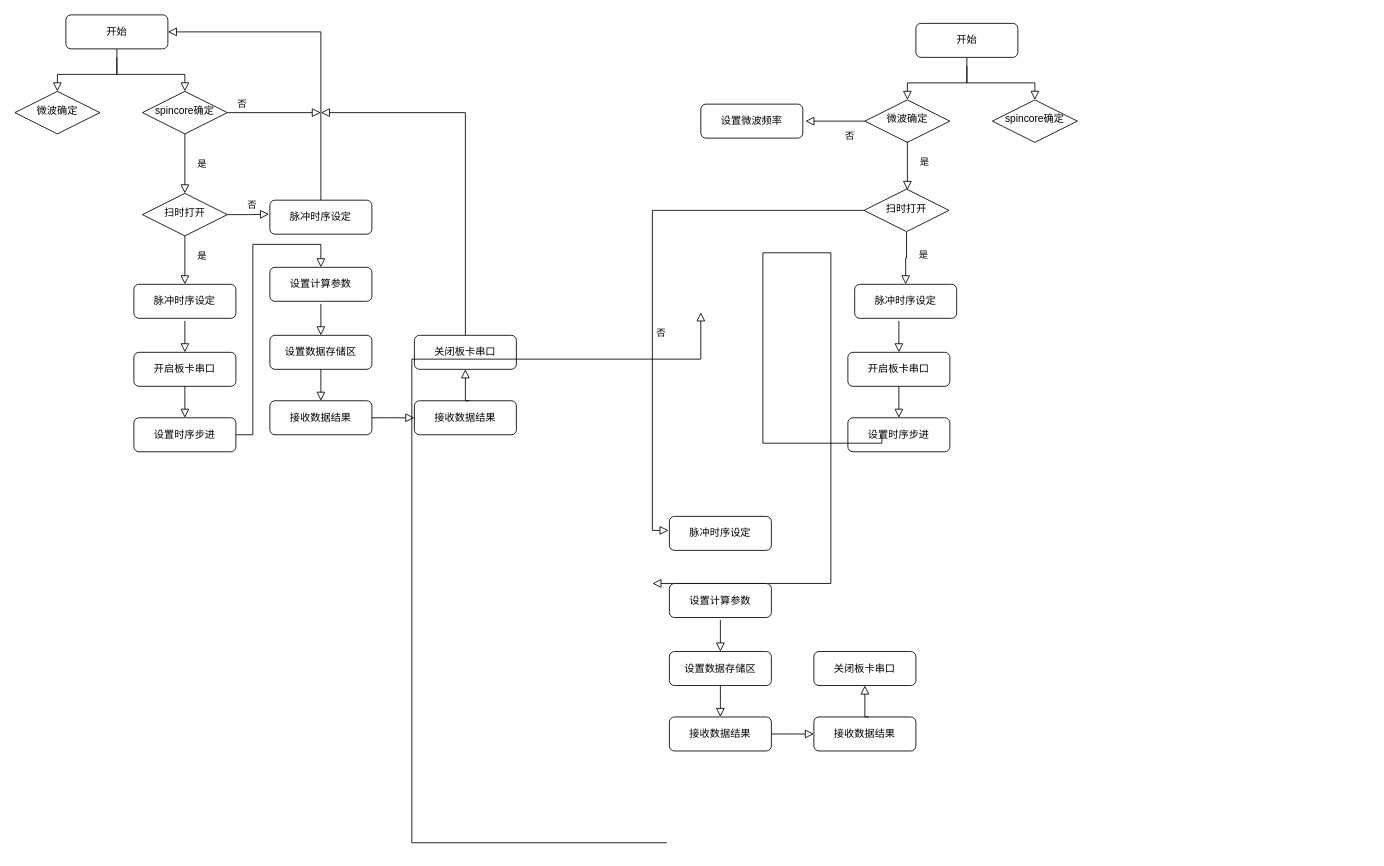
Engle-Yang/chatgpt-on-wec keeps this draw.io diagram as 扫时扫频.drawio. Above is the earlier version. Source tidied: cells renumbered, new cells numbered last; positions are measured from the earlier drawing's top-left corner, leaving out a move shared by most shapes. Both pictures are drawn from the tidied source at 85%, with x=0, y=0 at pixel (14, 14).
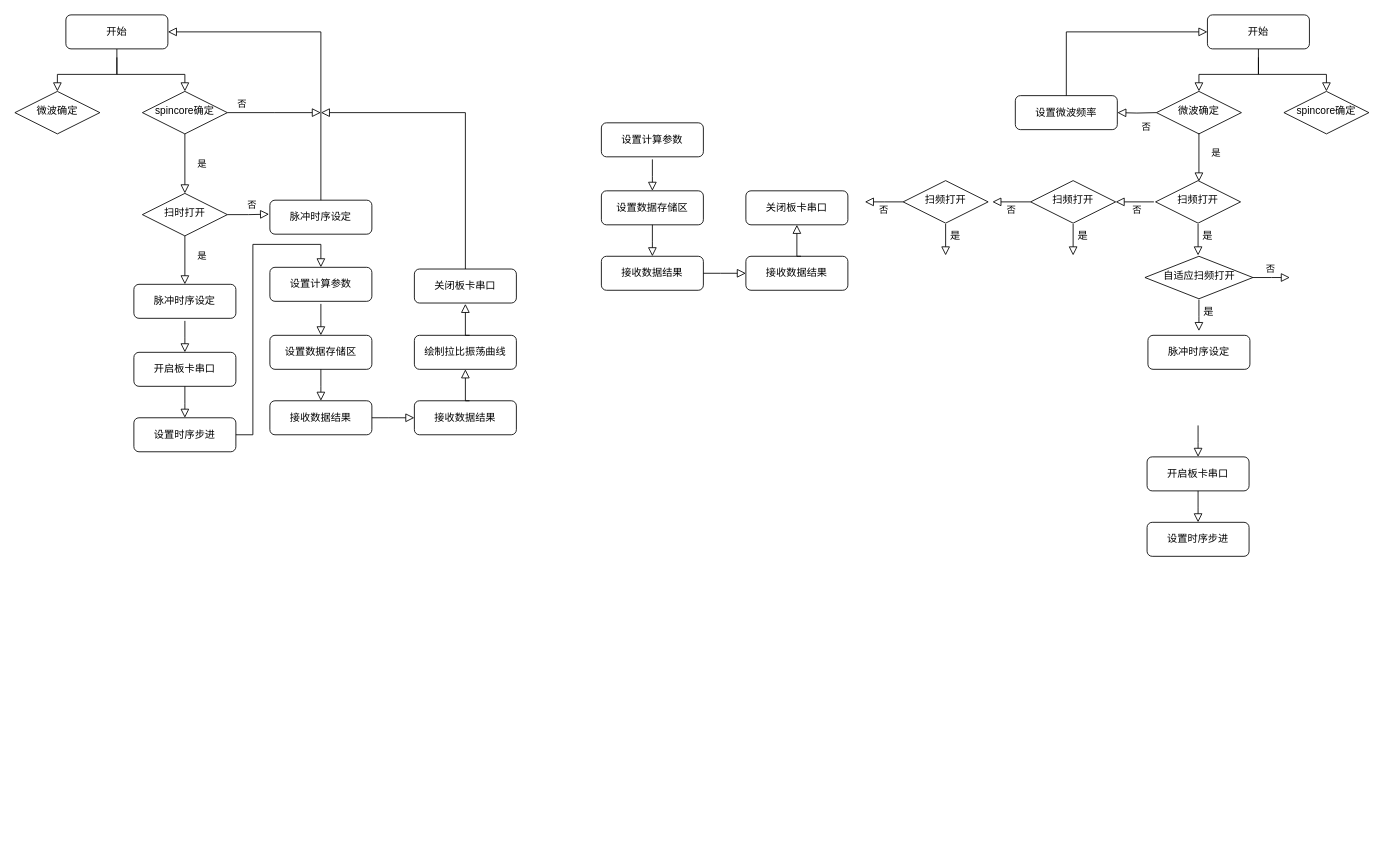
After the change.

Commit message (it also covers changes not shown here):
更新扫时扫频.drawio

Change to the diagram source:
```diff
@@
-    <mxCell id="26" value="关闭板卡串口" style="rounded=1;whiteSpace=wrap;html=1;fontSize=12;glass=0;strokeWidth=1;shadow=0;" parent="1" vertex="1">
+    <mxCell id="26" value="绘制拉比振荡曲线" style="rounded=1;whiteSpace=wrap;html=1;fontSize=12;glass=0;strokeWidth=1;shadow=0;" parent="1" vertex="1">
       <mxGeometry x="470" y="377" width="120" height="40" as="geometry" />
     </mxCell>
@@
-    <mxCell id="29" style="rounded=0;html=1;jettySize=auto;fontSize=11;endArrow=block;endFill=0;endSize=8;strokeWidth=1;shadow=0;labelBackgroundColor=none;edgeStyle=orthogonalEdgeStyle;exitX=0.5;exitY=0;exitDx=0;exitDy=0;" parent="1" edge="1" source="26">
+    <mxCell id="29" style="rounded=0;html=1;jettySize=auto;fontSize=11;endArrow=block;endFill=0;endSize=8;strokeWidth=1;shadow=0;labelBackgroundColor=none;edgeStyle=orthogonalEdgeStyle;exitX=0.5;exitY=0;exitDx=0;exitDy=0;" parent="1" edge="1" source="73">
       <mxGeometry relative="1" as="geometry">
         <mxPoint x="360" y="115" as="targetPoint" />
         <Array as="points">
           <mxPoint x="530" y="115" />
         </Array>
       </mxGeometry>
     </mxCell>
     <mxCell id="30" style="rounded=0;html=1;jettySize=auto;fontSize=11;endArrow=block;endFill=0;endSize=8;strokeWidth=1;shadow=0;labelBackgroundColor=none;edgeStyle=orthogonalEdgeStyle;" parent="1" edge="1" source="31" target="33">
       <mxGeometry relative="1" as="geometry">
         <Array as="points">
-          <mxPoint x="1120" y="80" />
-          <mxPoint x="1200" y="80" />
+          <mxPoint x="1463" y="70" />
+          <mxPoint x="1543" y="70" />
         </Array>
       </mxGeometry>
     </mxCell>
     <mxCell id="31" value="开始" style="rounded=1;whiteSpace=wrap;html=1;fontSize=12;glass=0;strokeWidth=1;shadow=0;" parent="1" vertex="1">
-      <mxGeometry x="1060" y="10" width="120" height="40" as="geometry" />
+      <mxGeometry x="1403" width="120" height="40" as="geometry" />
     </mxCell>
-    <mxCell id="32" value="否" style="edgeStyle=orthogonalEdgeStyle;rounded=0;html=1;jettySize=auto;orthogonalLoop=1;fontSize=11;endArrow=block;endFill=0;endSize=8;strokeWidth=1;shadow=0;labelBackgroundColor=none;exitX=0;exitY=0.46;exitDx=0;exitDy=0;exitPerimeter=0;" parent="1" edge="1">
+    <mxCell id="32" value="否" style="edgeStyle=orthogonalEdgeStyle;rounded=0;html=1;jettySize=auto;fontSize=11;endArrow=block;endFill=0;endSize=8;strokeWidth=1;shadow=0;labelBackgroundColor=none;exitX=0;exitY=0.46;exitDx=0;exitDy=0;exitPerimeter=0;entryX=1;entryY=0.5;entryDx=0;entryDy=0;" parent="1" edge="1" target="57">
       <mxGeometry x="-0.48" y="17" relative="1" as="geometry">
-        <mxPoint x="1000" y="125" as="sourcePoint" />
-        <mxPoint x="930" y="125" as="targetPoint" />
-        <Array as="points">
-          <mxPoint x="1000" y="125" />
-          <mxPoint x="1000" y="125" />
-        </Array>
+        <mxPoint x="1343" y="115" as="sourcePoint" />
       </mxGeometry>
     </mxCell>
     <mxCell id="33" value="spincore确定" style="rhombus;whiteSpace=wrap;html=1;shadow=0;fontFamily=Helvetica;fontSize=12;align=center;strokeWidth=1;spacing=6;spacingTop=-4;" parent="1" vertex="1">
-      <mxGeometry x="1150" y="100" width="100" height="50" as="geometry" />
+      <mxGeometry x="1493" y="90" width="100" height="50" as="geometry" />
     </mxCell>
-    <mxCell id="34" value="脉冲时序设定" style="rounded=1;whiteSpace=wrap;html=1;fontSize=12;glass=0;strokeWidth=1;shadow=0;" parent="1" vertex="1">
-      <mxGeometry x="770" y="590" width="120" height="40" as="geometry" />
-    </mxCell>
-    <mxCell id="35" value="是" style="rounded=0;html=1;jettySize=auto;fontSize=11;endArrow=block;endFill=0;endSize=8;strokeWidth=1;shadow=0;labelBackgroundColor=none;edgeStyle=orthogonalEdgeStyle;" parent="1" edge="1" source="37" target="38">
-      <mxGeometry x="-0.15" y="20" relative="1" as="geometry" />
-    </mxCell>
-    <mxCell id="36" value="否" style="edgeStyle=orthogonalEdgeStyle;rounded=0;html=1;jettySize=auto;fontSize=11;endArrow=block;endFill=0;endSize=8;strokeWidth=1;shadow=0;labelBackgroundColor=none;entryX=-0.008;entryY=0.412;entryDx=0;entryDy=0;entryPerimeter=0;" parent="1" edge="1" source="37" target="34">
-      <mxGeometry x="0.22" y="10" relative="1" as="geometry" />
+    <mxCell id="36" value="否" style="edgeStyle=orthogonalEdgeStyle;rounded=0;html=1;jettySize=auto;orthogonalLoop=1;fontSize=11;endArrow=block;endFill=0;endSize=8;strokeWidth=1;shadow=0;labelBackgroundColor=none;entryX=1;entryY=0.5;entryDx=0;entryDy=0;" parent="1" edge="1">
+      <mxGeometry x="-0.11" y="10" relative="1" as="geometry">
+        <mxPoint x="1340" y="220" as="sourcePoint" />
+        <mxPoint x="1295" y="220" as="targetPoint" />
+      </mxGeometry>
     </mxCell>
-    <mxCell id="37" value="扫时打开" style="rhombus;whiteSpace=wrap;html=1;shadow=0;fontFamily=Helvetica;fontSize=12;align=center;strokeWidth=1;spacing=6;spacingTop=-4;" parent="1" vertex="1">
-      <mxGeometry x="999" y="205" width="100" height="50" as="geometry" />
+    <mxCell id="37" value="扫频打开" style="rhombus;whiteSpace=wrap;html=1;shadow=0;fontFamily=Helvetica;fontSize=12;align=center;strokeWidth=1;spacing=6;spacingTop=-4;" parent="1" vertex="1">
+      <mxGeometry x="1342" y="195" width="100" height="50" as="geometry" />
     </mxCell>
     <mxCell id="38" value="脉冲时序设定" style="rounded=1;whiteSpace=wrap;html=1;fontSize=12;glass=0;strokeWidth=1;shadow=0;" parent="1" vertex="1">
-      <mxGeometry x="988" y="317" width="120" height="40" as="geometry" />
+      <mxGeometry x="1333" y="377" width="120" height="40" as="geometry" />
     </mxCell>
     <mxCell id="39" value="微波确定" style="rhombus;whiteSpace=wrap;html=1;shadow=0;fontFamily=Helvetica;fontSize=12;align=center;strokeWidth=1;spacing=6;spacingTop=-4;" parent="1" vertex="1">
-      <mxGeometry x="1000" y="100" width="100" height="50" as="geometry" />
+      <mxGeometry x="1343" y="90" width="100" height="50" as="geometry" />
     </mxCell>
     <mxCell id="40" style="rounded=0;html=1;jettySize=auto;fontSize=11;endArrow=block;endFill=0;endSize=8;strokeWidth=1;shadow=0;labelBackgroundColor=none;edgeStyle=orthogonalEdgeStyle;" parent="1" edge="1" target="39">
       <mxGeometry relative="1" as="geometry">
-        <mxPoint x="1120" y="60" as="sourcePoint" />
+        <mxPoint x="1463" y="50" as="sourcePoint" />
         <Array as="points">
-          <mxPoint x="1120" y="80" />
-          <mxPoint x="1050" y="80" />
+          <mxPoint x="1463" y="70" />
+          <mxPoint x="1393" y="70" />
         </Array>
       </mxGeometry>
     </mxCell>
     <mxCell id="41" style="rounded=0;html=1;jettySize=auto;fontSize=11;endArrow=block;endFill=0;endSize=8;strokeWidth=1;shadow=0;labelBackgroundColor=none;edgeStyle=orthogonalEdgeStyle;" parent="1" edge="1" target="42">
       <mxGeometry x="0.33" y="20" relative="1" as="geometry">
-        <mxPoint x="1040" y="360" as="sourcePoint" />
+        <mxPoint x="1392" y="483" as="sourcePoint" />
         <Array as="points">
-          <mxPoint x="1040" y="380" />
-          <mxPoint x="1040" y="380" />
+          <mxPoint x="1392" y="503" />
+          <mxPoint x="1392" y="503" />
         </Array>
       </mxGeometry>
     </mxCell>
     <mxCell id="42" value="开启板卡串口" style="rounded=1;whiteSpace=wrap;html=1;fontSize=12;glass=0;strokeWidth=1;shadow=0;" parent="1" vertex="1">
-      <mxGeometry x="980" y="397" width="120" height="40" as="geometry" />
+      <mxGeometry x="1332" y="520" width="120" height="40" as="geometry" />
     </mxCell>
     <mxCell id="43" style="rounded=0;html=1;jettySize=auto;fontSize=11;endArrow=block;endFill=0;endSize=8;strokeWidth=1;shadow=0;labelBackgroundColor=none;edgeStyle=orthogonalEdgeStyle;" parent="1" edge="1" target="44">
       <mxGeometry x="0.33" y="20" relative="1" as="geometry">
-        <mxPoint x="1040" y="437" as="sourcePoint" />
+        <mxPoint x="1392" y="560" as="sourcePoint" />
         <Array as="points">
-          <mxPoint x="1040" y="457" />
-          <mxPoint x="1040" y="457" />
+          <mxPoint x="1392" y="580" />
+          <mxPoint x="1392" y="580" />
         </Array>
       </mxGeometry>
     </mxCell>
     <mxCell id="44" value="设置时序步进" style="rounded=1;whiteSpace=wrap;html=1;fontSize=12;glass=0;strokeWidth=1;shadow=0;" parent="1" vertex="1">
-      <mxGeometry x="980" y="474" width="120" height="40" as="geometry" />
+      <mxGeometry x="1332" y="597" width="120" height="40" as="geometry" />
     </mxCell>
-    <mxCell id="45" style="rounded=0;html=1;jettySize=auto;orthogonalLoop=1;fontSize=11;endArrow=block;endFill=0;endSize=8;strokeWidth=1;shadow=0;labelBackgroundColor=none;edgeStyle=orthogonalEdgeStyle;exitX=1;exitY=0.5;exitDx=0;exitDy=0;entryX=0.5;entryY=0;entryDx=0;entryDy=0;" parent="1" edge="1">
-      <mxGeometry x="0.33" y="20" relative="1" as="geometry">
-        <mxPoint x="1020" y="493.9" as="sourcePoint" />
-        <mxPoint x="750" y="668.9" as="targetPoint" />
-        <Array as="points">
-          <mxPoint x="880" y="503.9" />
-          <mxPoint x="880" y="279.9" />
-          <mxPoint x="960" y="279.9" />
-        </Array>
-      </mxGeometry>
-    </mxCell>
     <mxCell id="46" value="设置计算参数" style="rounded=1;whiteSpace=wrap;html=1;fontSize=12;glass=0;strokeWidth=1;shadow=0;" parent="1" vertex="1">
-      <mxGeometry x="770" y="669" width="120" height="40" as="geometry" />
+      <mxGeometry x="690" y="127" width="120" height="40" as="geometry" />
     </mxCell>
     <mxCell id="47" style="rounded=0;html=1;jettySize=auto;fontSize=11;endArrow=block;endFill=0;endSize=8;strokeWidth=1;shadow=0;labelBackgroundColor=none;edgeStyle=orthogonalEdgeStyle;" parent="1" edge="1" target="48">
       <mxGeometry x="0.33" y="20" relative="1" as="geometry">
-        <mxPoint x="830" y="712" as="sourcePoint" />
+        <mxPoint x="750" y="170" as="sourcePoint" />
         <Array as="points">
-          <mxPoint x="830" y="732" />
-          <mxPoint x="830" y="732" />
+          <mxPoint x="750" y="190" />
+          <mxPoint x="750" y="190" />
         </Array>
       </mxGeometry>
     </mxCell>
     <mxCell id="48" value="设置数据存储区" style="rounded=1;whiteSpace=wrap;html=1;fontSize=12;glass=0;strokeWidth=1;shadow=0;" parent="1" vertex="1">
-      <mxGeometry x="770" y="749" width="120" height="40" as="geometry" />
+      <mxGeometry x="690" y="207" width="120" height="40" as="geometry" />
     </mxCell>
     <mxCell id="49" style="rounded=0;html=1;jettySize=auto;fontSize=11;endArrow=block;endFill=0;endSize=8;strokeWidth=1;shadow=0;labelBackgroundColor=none;edgeStyle=orthogonalEdgeStyle;" parent="1" edge="1" target="50">
       <mxGeometry x="0.33" y="20" relative="1" as="geometry">
-        <mxPoint x="830" y="789" as="sourcePoint" />
+        <mxPoint x="750" y="247" as="sourcePoint" />
         <Array as="points">
-          <mxPoint x="830" y="809" />
-          <mxPoint x="830" y="809" />
+          <mxPoint x="750" y="267" />
+          <mxPoint x="750" y="267" />
         </Array>
       </mxGeometry>
     </mxCell>
     <mxCell id="50" value="接收数据结果" style="rounded=1;whiteSpace=wrap;html=1;fontSize=12;glass=0;strokeWidth=1;shadow=0;" parent="1" vertex="1">
-      <mxGeometry x="770" y="826" width="120" height="40" as="geometry" />
+      <mxGeometry x="690" y="284" width="120" height="40" as="geometry" />
     </mxCell>
     <mxCell id="51" style="rounded=0;html=1;jettySize=auto;fontSize=11;endArrow=block;endFill=0;endSize=8;strokeWidth=1;shadow=0;labelBackgroundColor=none;edgeStyle=orthogonalEdgeStyle;exitX=1;exitY=0.5;exitDx=0;exitDy=0;entryX=0;entryY=0.5;entryDx=0;entryDy=0;" parent="1" edge="1" source="50" target="53">
       <mxGeometry x="0.33" y="20" relative="1" as="geometry">
         <Array as="points">
-          <mxPoint x="910" y="846" />
-          <mxPoint x="910" y="846" />
+          <mxPoint x="830" y="304" />
+          <mxPoint x="830" y="304" />
         </Array>
       </mxGeometry>
     </mxCell>
     <mxCell id="52" value="关闭板卡串口" style="rounded=1;whiteSpace=wrap;html=1;fontSize=12;glass=0;strokeWidth=1;shadow=0;" parent="1" vertex="1">
-      <mxGeometry x="940" y="749" width="120" height="40" as="geometry" />
+      <mxGeometry x="860" y="207" width="120" height="40" as="geometry" />
     </mxCell>
     <mxCell id="53" value="接收数据结果" style="rounded=1;whiteSpace=wrap;html=1;fontSize=12;glass=0;strokeWidth=1;shadow=0;" parent="1" vertex="1">
-      <mxGeometry x="940" y="826" width="120" height="40" as="geometry" />
+      <mxGeometry x="860" y="284" width="120" height="40" as="geometry" />
     </mxCell>
     <mxCell id="54" style="rounded=0;html=1;jettySize=auto;fontSize=11;endArrow=block;endFill=0;endSize=8;strokeWidth=1;shadow=0;labelBackgroundColor=none;edgeStyle=orthogonalEdgeStyle;exitX=0.54;exitY=0;exitDx=0;exitDy=0;exitPerimeter=0;" parent="1" edge="1" source="53" target="52">
       <mxGeometry x="0.33" y="20" relative="1" as="geometry">
         <Array as="points">
-          <mxPoint x="1000" y="826" />
+          <mxPoint x="920" y="284" />
         </Array>
       </mxGeometry>
     </mxCell>
-    <mxCell id="55" style="rounded=0;html=1;jettySize=auto;orthogonalLoop=1;fontSize=11;endArrow=block;endFill=0;endSize=8;strokeWidth=1;shadow=0;labelBackgroundColor=none;edgeStyle=orthogonalEdgeStyle;exitX=0.5;exitY=0;exitDx=0;exitDy=0;" parent="1" edge="1">
-      <mxGeometry relative="1" as="geometry">
-        <mxPoint x="767" y="974" as="sourcePoint" />
-        <mxPoint x="807" y="350" as="targetPoint" />
-        <Array as="points">
-          <mxPoint x="467" y="974" />
-          <mxPoint x="467" y="405" />
-          <mxPoint x="807" y="405" />
-        </Array>
-      </mxGeometry>
-    </mxCell>
     <mxCell id="56" value="是" style="rounded=0;html=1;jettySize=auto;orthogonalLoop=1;fontSize=11;endArrow=block;endFill=0;endSize=8;strokeWidth=1;shadow=0;labelBackgroundColor=none;edgeStyle=orthogonalEdgeStyle;" parent="1" edge="1">
       <mxGeometry x="-0.15" y="20" relative="1" as="geometry">
-        <mxPoint x="1050" y="149" as="sourcePoint" />
-        <mxPoint x="1050" y="206" as="targetPoint" />
+        <mxPoint x="1393" y="139" as="sourcePoint" />
+        <mxPoint x="1393" y="196" as="targetPoint" />
       </mxGeometry>
     </mxCell>
     <mxCell id="57" value="设置微波频率" style="rounded=1;whiteSpace=wrap;html=1;fontSize=12;glass=0;strokeWidth=1;shadow=0;" parent="1" vertex="1">
-      <mxGeometry x="807" y="105" width="120" height="40" as="geometry" />
+      <mxGeometry x="1177" y="95" width="120" height="40" as="geometry" />
     </mxCell>
+    <mxCell id="58" style="rounded=0;html=1;jettySize=auto;orthogonalLoop=1;fontSize=11;endArrow=block;endFill=0;endSize=8;strokeWidth=1;shadow=0;labelBackgroundColor=none;edgeStyle=orthogonalEdgeStyle;" parent="1" edge="1">
+      <mxGeometry x="0.33" y="20" relative="1" as="geometry">
+        <mxPoint x="1392" y="246" as="sourcePoint" />
+        <mxPoint x="1392" y="283" as="targetPoint" />
+        <Array as="points">
+          <mxPoint x="1392" y="266" />
+          <mxPoint x="1392" y="266" />
+        </Array>
+      </mxGeometry>
+    </mxCell>
+    <mxCell id="59" value="是" style="text;html=1;align=center;verticalAlign=middle;strokeColor=none;fillColor=none;" parent="1" vertex="1">
+      <mxGeometry x="1383" y="245" width="40" height="30" as="geometry" />
+    </mxCell>
+    <mxCell id="60" style="edgeStyle=orthogonalEdgeStyle;rounded=0;html=1;jettySize=auto;fontSize=11;endArrow=block;endFill=0;endSize=8;strokeWidth=1;shadow=0;labelBackgroundColor=none;exitX=0.5;exitY=0;exitDx=0;exitDy=0;entryX=0;entryY=0.5;entryDx=0;entryDy=0;" parent="1" edge="1" source="57" target="31">
+      <mxGeometry x="-0.48" y="17" relative="1" as="geometry" />
+    </mxCell>
+    <mxCell id="61" value="否" style="edgeStyle=orthogonalEdgeStyle;rounded=0;html=1;jettySize=auto;fontSize=11;endArrow=block;endFill=0;endSize=8;strokeWidth=1;shadow=0;labelBackgroundColor=none;entryX=1;entryY=0.5;entryDx=0;entryDy=0;" parent="1" edge="1" source="62">
+      <mxGeometry x="-0.01" y="10" relative="1" as="geometry">
+        <mxPoint x="1150" y="220" as="targetPoint" />
+      </mxGeometry>
+    </mxCell>
+    <mxCell id="62" value="扫频打开" style="rhombus;whiteSpace=wrap;html=1;shadow=0;fontFamily=Helvetica;fontSize=12;align=center;strokeWidth=1;spacing=6;spacingTop=-4;" parent="1" vertex="1">
+      <mxGeometry x="1195" y="195" width="100" height="50" as="geometry" />
+    </mxCell>
+    <mxCell id="63" style="rounded=0;html=1;jettySize=auto;orthogonalLoop=1;fontSize=11;endArrow=block;endFill=0;endSize=8;strokeWidth=1;shadow=0;labelBackgroundColor=none;edgeStyle=orthogonalEdgeStyle;" parent="1" edge="1">
+      <mxGeometry x="0.33" y="20" relative="1" as="geometry">
+        <mxPoint x="1245" y="246" as="sourcePoint" />
+        <mxPoint x="1245" y="283" as="targetPoint" />
+        <Array as="points">
+          <mxPoint x="1245" y="266" />
+          <mxPoint x="1245" y="266" />
+        </Array>
+      </mxGeometry>
+    </mxCell>
+    <mxCell id="64" value="是" style="text;html=1;align=center;verticalAlign=middle;strokeColor=none;fillColor=none;" parent="1" vertex="1">
+      <mxGeometry x="1236" y="245" width="40" height="30" as="geometry" />
+    </mxCell>
+    <mxCell id="65" value="否" style="edgeStyle=orthogonalEdgeStyle;rounded=0;html=1;jettySize=auto;fontSize=11;endArrow=block;endFill=0;endSize=8;strokeWidth=1;shadow=0;labelBackgroundColor=none;entryX=1;entryY=0.5;entryDx=0;entryDy=0;" parent="1" edge="1" source="66">
+      <mxGeometry x="-0.01" y="10" relative="1" as="geometry">
+        <mxPoint x="1000" y="220" as="targetPoint" />
+      </mxGeometry>
+    </mxCell>
+    <mxCell id="66" value="扫频打开" style="rhombus;whiteSpace=wrap;html=1;shadow=0;fontFamily=Helvetica;fontSize=12;align=center;strokeWidth=1;spacing=6;spacingTop=-4;" parent="1" vertex="1">
+      <mxGeometry x="1045" y="195" width="100" height="50" as="geometry" />
+    </mxCell>
+    <mxCell id="67" style="rounded=0;html=1;jettySize=auto;orthogonalLoop=1;fontSize=11;endArrow=block;endFill=0;endSize=8;strokeWidth=1;shadow=0;labelBackgroundColor=none;edgeStyle=orthogonalEdgeStyle;" parent="1" edge="1">
+      <mxGeometry x="0.33" y="20" relative="1" as="geometry">
+        <mxPoint x="1095" y="246" as="sourcePoint" />
+        <mxPoint x="1095" y="283" as="targetPoint" />
+        <Array as="points">
+          <mxPoint x="1095" y="266" />
+          <mxPoint x="1095" y="266" />
+        </Array>
+      </mxGeometry>
+    </mxCell>
+    <mxCell id="68" value="是" style="text;html=1;align=center;verticalAlign=middle;strokeColor=none;fillColor=none;" parent="1" vertex="1">
+      <mxGeometry x="1086" y="245" width="40" height="30" as="geometry" />
+    </mxCell>
+    <mxCell id="69" value="自适应扫频打开" style="rhombus;whiteSpace=wrap;html=1;shadow=0;fontFamily=Helvetica;fontSize=12;align=center;strokeWidth=1;spacing=6;spacingTop=-4;" parent="1" vertex="1">
+      <mxGeometry x="1329.5" y="284" width="127" height="50" as="geometry" />
+    </mxCell>
+    <mxCell id="70" style="rounded=0;html=1;jettySize=auto;orthogonalLoop=1;fontSize=11;endArrow=block;endFill=0;endSize=8;strokeWidth=1;shadow=0;labelBackgroundColor=none;edgeStyle=orthogonalEdgeStyle;" parent="1" edge="1">
+      <mxGeometry x="0.33" y="20" relative="1" as="geometry">
+        <mxPoint x="1393" y="335" as="sourcePoint" />
+        <mxPoint x="1393" y="372" as="targetPoint" />
+        <Array as="points">
+          <mxPoint x="1393" y="355" />
+          <mxPoint x="1393" y="355" />
+        </Array>
+      </mxGeometry>
+    </mxCell>
+    <mxCell id="71" value="是" style="text;html=1;align=center;verticalAlign=middle;strokeColor=none;fillColor=none;" parent="1" vertex="1">
+      <mxGeometry x="1384" y="334" width="40" height="30" as="geometry" />
+    </mxCell>
+    <mxCell id="72" value="否" style="edgeStyle=orthogonalEdgeStyle;rounded=0;html=1;jettySize=auto;fontSize=11;endArrow=block;endFill=0;endSize=8;strokeWidth=1;shadow=0;labelBackgroundColor=none;exitX=1;exitY=0.5;exitDx=0;exitDy=0;" parent="1" edge="1" source="69">
+      <mxGeometry x="-0.11" y="10" relative="1" as="geometry">
+        <mxPoint x="1500" y="309" as="targetPoint" />
+      </mxGeometry>
+    </mxCell>
+    <mxCell id="73" value="关闭板卡串口" style="rounded=1;whiteSpace=wrap;html=1;fontSize=12;glass=0;strokeWidth=1;shadow=0;" parent="1" vertex="1">
+      <mxGeometry x="470" y="299" width="120" height="40" as="geometry" />
+    </mxCell>
+    <mxCell id="74" style="rounded=0;html=1;jettySize=auto;orthogonalLoop=1;fontSize=11;endArrow=block;endFill=0;endSize=8;strokeWidth=1;shadow=0;labelBackgroundColor=none;edgeStyle=orthogonalEdgeStyle;exitX=0.54;exitY=0;exitDx=0;exitDy=0;exitPerimeter=0;" parent="1" edge="1">
+      <mxGeometry x="0.33" y="20" relative="1" as="geometry">
+        <mxPoint x="535" y="377" as="sourcePoint" />
+        <mxPoint x="530" y="340" as="targetPoint" />
+        <Array as="points">
+          <mxPoint x="530" y="377" />
+        </Array>
+      </mxGeometry>
+    </mxCell>
```
